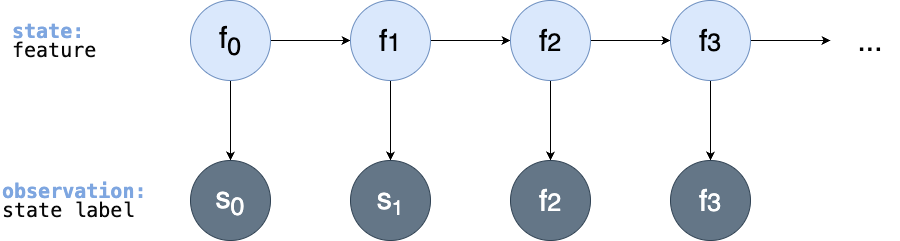
Before: figures/04_HMMmodel.png, a diagram exported from draw.io (AnnaJiang1308/TUM-Thesis-for-Informatics-Template). Source tidied: cells renumbered, new cells last; positions are measured from the earlier drawing's top-left corner, leaving out a move shared by most shapes. Its diagram source:
```xml
<mxGraphModel>
  <root>
    <mxCell id="0" />
    <mxCell id="1" parent="0" />
    <mxCell id="2" style="edgeStyle=orthogonalEdgeStyle;rounded=0;jettySize=auto;html=1;" parent="1" edge="1" source="4" target="5">
      <mxGeometry relative="1" as="geometry" />
    </mxCell>
    <mxCell id="3" style="edgeStyle=orthogonalEdgeStyle;rounded=0;jettySize=auto;html=1;" parent="1" edge="1" source="4" target="8">
      <mxGeometry relative="1" as="geometry" />
    </mxCell>
    <mxCell id="4" value="&lt;font style=&quot;font-size: 30px;&quot;&gt;f&lt;sub&gt;0&lt;/sub&gt;&lt;/font&gt;" style="ellipse;whiteSpace=wrap;html=1;fillColor=#dae8fc;strokeColor=#6c8ebf;" parent="1" vertex="1">
      <mxGeometry x="190" width="80" height="80" as="geometry" />
    </mxCell>
    <mxCell id="5" value="&lt;font style=&quot;font-size: 30px;&quot;&gt;s&lt;sub&gt;0&lt;/sub&gt;&lt;/font&gt;" style="ellipse;whiteSpace=wrap;html=1;fillColor=#647687;strokeColor=#314354;fontColor=#ffffff;" parent="1" vertex="1">
      <mxGeometry x="190" y="160" width="80" height="80" as="geometry" />
    </mxCell>
    <mxCell id="6" style="edgeStyle=orthogonalEdgeStyle;rounded=0;jettySize=auto;html=1;" parent="1" edge="1" source="8" target="11">
      <mxGeometry relative="1" as="geometry" />
    </mxCell>
    <mxCell id="7" style="edgeStyle=orthogonalEdgeStyle;rounded=0;jettySize=auto;html=1;" parent="1" edge="1" source="8" target="15">
      <mxGeometry relative="1" as="geometry" />
    </mxCell>
    <mxCell id="8" value="&lt;font style=&quot;font-size: 30px;&quot;&gt;f&lt;/font&gt;&lt;font style=&quot;font-size: 25px;&quot;&gt;1&lt;/font&gt;" style="ellipse;whiteSpace=wrap;html=1;fillColor=#dae8fc;strokeColor=#6c8ebf;" parent="1" vertex="1">
      <mxGeometry x="350" width="80" height="80" as="geometry" />
    </mxCell>
    <mxCell id="9" style="edgeStyle=orthogonalEdgeStyle;rounded=0;jettySize=auto;html=1;" parent="1" edge="1" source="11" target="14">
      <mxGeometry relative="1" as="geometry" />
    </mxCell>
    <mxCell id="10" style="edgeStyle=orthogonalEdgeStyle;rounded=0;jettySize=auto;html=1;" parent="1" edge="1" source="11" target="16">
      <mxGeometry relative="1" as="geometry" />
    </mxCell>
    <mxCell id="11" value="&lt;font style=&quot;font-size: 30px;&quot;&gt;f&lt;/font&gt;&lt;font style=&quot;font-size: 25px;&quot;&gt;2&lt;/font&gt;" style="ellipse;whiteSpace=wrap;html=1;fillColor=#dae8fc;strokeColor=#6c8ebf;" parent="1" vertex="1">
      <mxGeometry x="510" width="80" height="80" as="geometry" />
    </mxCell>
    <mxCell id="12" style="edgeStyle=orthogonalEdgeStyle;rounded=0;jettySize=auto;html=1;" parent="1" edge="1" source="14">
      <mxGeometry relative="1" as="geometry">
        <mxPoint x="830" y="40" as="targetPoint" />
      </mxGeometry>
    </mxCell>
    <mxCell id="13" style="edgeStyle=orthogonalEdgeStyle;rounded=0;jettySize=auto;html=1;" parent="1" edge="1" source="14" target="18">
      <mxGeometry relative="1" as="geometry" />
    </mxCell>
    <mxCell id="14" value="&lt;font style=&quot;font-size: 30px;&quot;&gt;f&lt;/font&gt;&lt;font style=&quot;font-size: 25px;&quot;&gt;3&lt;/font&gt;" style="ellipse;whiteSpace=wrap;html=1;fillColor=#dae8fc;strokeColor=#6c8ebf;" parent="1" vertex="1">
      <mxGeometry x="670" width="80" height="80" as="geometry" />
    </mxCell>
    <mxCell id="15" value="&lt;font style=&quot;font-size: 30px;&quot;&gt;s&lt;/font&gt;&lt;font style=&quot;font-size: 25px;&quot;&gt;&lt;sub&gt;1&lt;/sub&gt;&lt;/font&gt;" style="ellipse;whiteSpace=wrap;html=1;fillColor=#647687;strokeColor=#314354;fontColor=#ffffff;" parent="1" vertex="1">
      <mxGeometry x="350" y="160" width="80" height="80" as="geometry" />
    </mxCell>
    <mxCell id="16" value="&lt;font style=&quot;font-size: 30px;&quot;&gt;f&lt;/font&gt;&lt;font style=&quot;font-size: 25px;&quot;&gt;2&lt;/font&gt;" style="ellipse;whiteSpace=wrap;html=1;fillColor=#647687;strokeColor=#314354;fontColor=#ffffff;" parent="1" vertex="1">
      <mxGeometry x="510" y="160" width="80" height="80" as="geometry" />
    </mxCell>
    <mxCell id="17" value="&lt;font style=&quot;font-size: 30px;&quot;&gt;...&lt;/font&gt;" style="text;html=1;align=center;verticalAlign=middle;whiteSpace=wrap;rounded=0;" parent="1" vertex="1">
      <mxGeometry x="840" y="25" width="60" height="30" as="geometry" />
    </mxCell>
    <mxCell id="18" value="&lt;font style=&quot;font-size: 30px;&quot;&gt;f&lt;/font&gt;&lt;font style=&quot;font-size: 25px;&quot;&gt;3&lt;/font&gt;" style="ellipse;whiteSpace=wrap;html=1;fillColor=#647687;strokeColor=#314354;fontColor=#ffffff;" parent="1" vertex="1">
      <mxGeometry x="670" y="160" width="80" height="80" as="geometry" />
    </mxCell>
    <mxCell id="19" value="&lt;div style=&quot;line-height: 18px; font-size: 20px;&quot;&gt;&lt;div style=&quot;line-height: 18px;&quot;&gt;&lt;font color=&quot;#7ea6e0&quot; style=&quot;font-size: 20px;&quot; face=&quot;Menlo, Monaco, Courier New, monospace&quot;&gt;&lt;span style=&quot;white-space: pre;&quot;&gt;&lt;b style=&quot;&quot;&gt;observation:&lt;/b&gt;&lt;/span&gt;&lt;/font&gt;&lt;/div&gt;&lt;div style=&quot;line-height: 18px;&quot;&gt;&lt;font style=&quot;font-size: 20px;&quot; face=&quot;Menlo, Monaco, Courier New, monospace&quot;&gt;&lt;span style=&quot;white-space: pre;&quot;&gt;&lt;font color=&quot;#080808&quot;&gt;state label&lt;/font&gt;&lt;/span&gt;&lt;/font&gt;&lt;/div&gt;&lt;/div&gt;" style="text;html=1;align=left;verticalAlign=middle;whiteSpace=wrap;rounded=0;" parent="1" vertex="1">
      <mxGeometry y="182.5" width="100" height="35" as="geometry" />
    </mxCell>
    <mxCell id="20" value="&lt;div style=&quot;line-height: 18px; font-size: 20px;&quot;&gt;&lt;div style=&quot;line-height: 18px;&quot;&gt;&lt;font color=&quot;#7ea6e0&quot; face=&quot;Menlo, Monaco, Courier New, monospace&quot;&gt;&lt;span style=&quot;white-space: pre;&quot;&gt;&lt;b style=&quot;&quot;&gt;state:&lt;/b&gt;&lt;/span&gt;&lt;/font&gt;&lt;/div&gt;&lt;div style=&quot;line-height: 18px;&quot;&gt;&lt;font color=&quot;#080808&quot; face=&quot;Menlo, Monaco, Courier New, monospace&quot;&gt;&lt;span style=&quot;white-space: pre;&quot;&gt;feature&lt;/span&gt;&lt;/font&gt;&lt;/div&gt;&lt;/div&gt;" style="text;html=1;align=left;verticalAlign=middle;whiteSpace=wrap;rounded=0;" parent="1" vertex="1">
      <mxGeometry x="10" y="22.5" width="100" height="35" as="geometry" />
    </mxCell>
  </root>
</mxGraphModel>
```
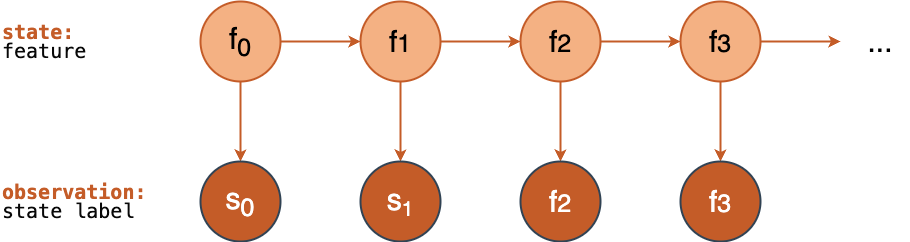
The same diagram one commit later.

Diff of the diagram source:
```diff
@@ -2,64 +2,64 @@
   <root>
     <mxCell id="0" />
     <mxCell id="1" parent="0" />
-    <mxCell id="2" style="edgeStyle=orthogonalEdgeStyle;rounded=0;jettySize=auto;html=1;" parent="1" edge="1" source="4" target="5">
+    <mxCell id="2" style="edgeStyle=orthogonalEdgeStyle;rounded=0;jettySize=auto;html=1;strokeWidth=2;strokeColor=#C45C28;" parent="1" edge="1" source="4" target="5">
       <mxGeometry relative="1" as="geometry" />
     </mxCell>
-    <mxCell id="3" style="edgeStyle=orthogonalEdgeStyle;rounded=0;jettySize=auto;html=1;" parent="1" edge="1" source="4" target="8">
+    <mxCell id="3" style="edgeStyle=orthogonalEdgeStyle;rounded=0;jettySize=auto;html=1;strokeWidth=2;strokeColor=#C45C28;" parent="1" edge="1" source="4" target="8">
       <mxGeometry relative="1" as="geometry" />
     </mxCell>
-    <mxCell id="4" value="&lt;font style=&quot;font-size: 30px;&quot;&gt;f&lt;sub&gt;0&lt;/sub&gt;&lt;/font&gt;" style="ellipse;whiteSpace=wrap;html=1;fillColor=#dae8fc;strokeColor=#6c8ebf;" parent="1" vertex="1">
+    <mxCell id="4" value="&lt;font style=&quot;font-size: 30px;&quot;&gt;f&lt;sub&gt;0&lt;/sub&gt;&lt;/font&gt;" style="ellipse;whiteSpace=wrap;html=1;fillColor=#F4B183;strokeColor=#C45C28;strokeWidth=2;" parent="1" vertex="1">
       <mxGeometry x="190" width="80" height="80" as="geometry" />
     </mxCell>
-    <mxCell id="5" value="&lt;font style=&quot;font-size: 30px;&quot;&gt;s&lt;sub&gt;0&lt;/sub&gt;&lt;/font&gt;" style="ellipse;whiteSpace=wrap;html=1;fillColor=#647687;strokeColor=#314354;fontColor=#ffffff;" parent="1" vertex="1">
+    <mxCell id="5" value="&lt;font style=&quot;font-size: 30px;&quot;&gt;s&lt;sub&gt;0&lt;/sub&gt;&lt;/font&gt;" style="ellipse;whiteSpace=wrap;html=1;fillColor=#C45C28;strokeColor=#314354;fontColor=#ffffff;strokeWidth=2;" parent="1" vertex="1">
       <mxGeometry x="190" y="160" width="80" height="80" as="geometry" />
     </mxCell>
-    <mxCell id="6" style="edgeStyle=orthogonalEdgeStyle;rounded=0;jettySize=auto;html=1;" parent="1" edge="1" source="8" target="11">
+    <mxCell id="6" style="edgeStyle=orthogonalEdgeStyle;rounded=0;jettySize=auto;html=1;strokeWidth=2;strokeColor=#C45C28;" parent="1" edge="1" source="8" target="11">
       <mxGeometry relative="1" as="geometry" />
     </mxCell>
-    <mxCell id="7" style="edgeStyle=orthogonalEdgeStyle;rounded=0;jettySize=auto;html=1;" parent="1" edge="1" source="8" target="15">
+    <mxCell id="7" style="edgeStyle=orthogonalEdgeStyle;rounded=0;jettySize=auto;html=1;strokeWidth=2;strokeColor=#C45C28;" parent="1" edge="1" source="8" target="15">
       <mxGeometry relative="1" as="geometry" />
     </mxCell>
-    <mxCell id="8" value="&lt;font style=&quot;font-size: 30px;&quot;&gt;f&lt;/font&gt;&lt;font style=&quot;font-size: 25px;&quot;&gt;1&lt;/font&gt;" style="ellipse;whiteSpace=wrap;html=1;fillColor=#dae8fc;strokeColor=#6c8ebf;" parent="1" vertex="1">
+    <mxCell id="8" value="&lt;font style=&quot;font-size: 30px;&quot;&gt;f&lt;/font&gt;&lt;font style=&quot;font-size: 25px;&quot;&gt;1&lt;/font&gt;" style="ellipse;whiteSpace=wrap;html=1;fillColor=#F4B183;strokeColor=#C45C28;strokeWidth=2;" parent="1" vertex="1">
       <mxGeometry x="350" width="80" height="80" as="geometry" />
     </mxCell>
-    <mxCell id="9" style="edgeStyle=orthogonalEdgeStyle;rounded=0;jettySize=auto;html=1;" parent="1" edge="1" source="11" target="14">
+    <mxCell id="9" style="edgeStyle=orthogonalEdgeStyle;rounded=0;jettySize=auto;html=1;strokeWidth=2;strokeColor=#C45C28;" parent="1" edge="1" source="11" target="14">
       <mxGeometry relative="1" as="geometry" />
     </mxCell>
-    <mxCell id="10" style="edgeStyle=orthogonalEdgeStyle;rounded=0;jettySize=auto;html=1;" parent="1" edge="1" source="11" target="16">
+    <mxCell id="10" style="edgeStyle=orthogonalEdgeStyle;rounded=0;jettySize=auto;html=1;strokeWidth=2;strokeColor=#C45C28;" parent="1" edge="1" source="11" target="16">
       <mxGeometry relative="1" as="geometry" />
     </mxCell>
-    <mxCell id="11" value="&lt;font style=&quot;font-size: 30px;&quot;&gt;f&lt;/font&gt;&lt;font style=&quot;font-size: 25px;&quot;&gt;2&lt;/font&gt;" style="ellipse;whiteSpace=wrap;html=1;fillColor=#dae8fc;strokeColor=#6c8ebf;" parent="1" vertex="1">
+    <mxCell id="11" value="&lt;font style=&quot;font-size: 30px;&quot;&gt;f&lt;/font&gt;&lt;font style=&quot;font-size: 25px;&quot;&gt;2&lt;/font&gt;" style="ellipse;whiteSpace=wrap;html=1;fillColor=#F4B183;strokeColor=#C45C28;strokeWidth=2;" parent="1" vertex="1">
       <mxGeometry x="510" width="80" height="80" as="geometry" />
     </mxCell>
-    <mxCell id="12" style="edgeStyle=orthogonalEdgeStyle;rounded=0;jettySize=auto;html=1;" parent="1" edge="1" source="14">
+    <mxCell id="12" style="edgeStyle=orthogonalEdgeStyle;rounded=0;jettySize=auto;html=1;strokeWidth=2;strokeColor=#C45C28;" parent="1" edge="1" source="14">
       <mxGeometry relative="1" as="geometry">
         <mxPoint x="830" y="40" as="targetPoint" />
       </mxGeometry>
     </mxCell>
-    <mxCell id="13" style="edgeStyle=orthogonalEdgeStyle;rounded=0;jettySize=auto;html=1;" parent="1" edge="1" source="14" target="18">
+    <mxCell id="13" style="edgeStyle=orthogonalEdgeStyle;rounded=0;jettySize=auto;html=1;strokeWidth=2;strokeColor=#C45C28;" parent="1" edge="1" source="14" target="18">
       <mxGeometry relative="1" as="geometry" />
     </mxCell>
-    <mxCell id="14" value="&lt;font style=&quot;font-size: 30px;&quot;&gt;f&lt;/font&gt;&lt;font style=&quot;font-size: 25px;&quot;&gt;3&lt;/font&gt;" style="ellipse;whiteSpace=wrap;html=1;fillColor=#dae8fc;strokeColor=#6c8ebf;" parent="1" vertex="1">
+    <mxCell id="14" value="&lt;font style=&quot;font-size: 30px;&quot;&gt;f&lt;/font&gt;&lt;font style=&quot;font-size: 25px;&quot;&gt;3&lt;/font&gt;" style="ellipse;whiteSpace=wrap;html=1;fillColor=#F4B183;strokeColor=#C45C28;strokeWidth=2;" parent="1" vertex="1">
       <mxGeometry x="670" width="80" height="80" as="geometry" />
     </mxCell>
-    <mxCell id="15" value="&lt;font style=&quot;font-size: 30px;&quot;&gt;s&lt;/font&gt;&lt;font style=&quot;font-size: 25px;&quot;&gt;&lt;sub&gt;1&lt;/sub&gt;&lt;/font&gt;" style="ellipse;whiteSpace=wrap;html=1;fillColor=#647687;strokeColor=#314354;fontColor=#ffffff;" parent="1" vertex="1">
+    <mxCell id="15" value="&lt;font style=&quot;font-size: 30px;&quot;&gt;s&lt;/font&gt;&lt;font style=&quot;font-size: 25px;&quot;&gt;&lt;sub&gt;1&lt;/sub&gt;&lt;/font&gt;" style="ellipse;whiteSpace=wrap;html=1;fillColor=#C45C28;strokeColor=#314354;fontColor=#ffffff;strokeWidth=2;" parent="1" vertex="1">
       <mxGeometry x="350" y="160" width="80" height="80" as="geometry" />
     </mxCell>
-    <mxCell id="16" value="&lt;font style=&quot;font-size: 30px;&quot;&gt;f&lt;/font&gt;&lt;font style=&quot;font-size: 25px;&quot;&gt;2&lt;/font&gt;" style="ellipse;whiteSpace=wrap;html=1;fillColor=#647687;strokeColor=#314354;fontColor=#ffffff;" parent="1" vertex="1">
+    <mxCell id="16" value="&lt;font style=&quot;font-size: 30px;&quot;&gt;f&lt;/font&gt;&lt;font style=&quot;font-size: 25px;&quot;&gt;2&lt;/font&gt;" style="ellipse;whiteSpace=wrap;html=1;fillColor=#C45C28;strokeColor=#314354;fontColor=#ffffff;strokeWidth=2;" parent="1" vertex="1">
       <mxGeometry x="510" y="160" width="80" height="80" as="geometry" />
     </mxCell>
     <mxCell id="17" value="&lt;font style=&quot;font-size: 30px;&quot;&gt;...&lt;/font&gt;" style="text;html=1;align=center;verticalAlign=middle;whiteSpace=wrap;rounded=0;" parent="1" vertex="1">
       <mxGeometry x="840" y="25" width="60" height="30" as="geometry" />
     </mxCell>
-    <mxCell id="18" value="&lt;font style=&quot;font-size: 30px;&quot;&gt;f&lt;/font&gt;&lt;font style=&quot;font-size: 25px;&quot;&gt;3&lt;/font&gt;" style="ellipse;whiteSpace=wrap;html=1;fillColor=#647687;strokeColor=#314354;fontColor=#ffffff;" parent="1" vertex="1">
+    <mxCell id="18" value="&lt;font style=&quot;font-size: 30px;&quot;&gt;f&lt;/font&gt;&lt;font style=&quot;font-size: 25px;&quot;&gt;3&lt;/font&gt;" style="ellipse;whiteSpace=wrap;html=1;fillColor=#C45C28;strokeColor=#314354;fontColor=#ffffff;strokeWidth=2;" parent="1" vertex="1">
       <mxGeometry x="670" y="160" width="80" height="80" as="geometry" />
     </mxCell>
-    <mxCell id="19" value="&lt;div style=&quot;line-height: 18px; font-size: 20px;&quot;&gt;&lt;div style=&quot;line-height: 18px;&quot;&gt;&lt;font color=&quot;#7ea6e0&quot; style=&quot;font-size: 20px;&quot; face=&quot;Menlo, Monaco, Courier New, monospace&quot;&gt;&lt;span style=&quot;white-space: pre;&quot;&gt;&lt;b style=&quot;&quot;&gt;observation:&lt;/b&gt;&lt;/span&gt;&lt;/font&gt;&lt;/div&gt;&lt;div style=&quot;line-height: 18px;&quot;&gt;&lt;font style=&quot;font-size: 20px;&quot; face=&quot;Menlo, Monaco, Courier New, monospace&quot;&gt;&lt;span style=&quot;white-space: pre;&quot;&gt;&lt;font color=&quot;#080808&quot;&gt;state label&lt;/font&gt;&lt;/span&gt;&lt;/font&gt;&lt;/div&gt;&lt;/div&gt;" style="text;html=1;align=left;verticalAlign=middle;whiteSpace=wrap;rounded=0;" parent="1" vertex="1">
-      <mxGeometry y="182.5" width="100" height="35" as="geometry" />
+    <mxCell id="19" value="&lt;div style=&quot;line-height: 18px; font-size: 20px;&quot;&gt;&lt;div style=&quot;line-height: 18px;&quot;&gt;&lt;font color=&quot;#c45c28&quot; style=&quot;font-size: 20px;&quot; face=&quot;Menlo, Monaco, Courier New, monospace&quot;&gt;&lt;span style=&quot;white-space: pre;&quot;&gt;&lt;b style=&quot;&quot;&gt;observation:&lt;/b&gt;&lt;/span&gt;&lt;/font&gt;&lt;/div&gt;&lt;div style=&quot;line-height: 18px;&quot;&gt;&lt;font style=&quot;font-size: 20px;&quot; face=&quot;Menlo, Monaco, Courier New, monospace&quot;&gt;&lt;span style=&quot;white-space: pre;&quot;&gt;&lt;font color=&quot;#080808&quot;&gt;state label&lt;/font&gt;&lt;/span&gt;&lt;/font&gt;&lt;/div&gt;&lt;/div&gt;" style="text;html=1;align=left;verticalAlign=middle;whiteSpace=wrap;rounded=0;" parent="1" vertex="1">
+      <mxGeometry x="-10" y="182.5" width="100" height="35" as="geometry" />
     </mxCell>
-    <mxCell id="20" value="&lt;div style=&quot;line-height: 18px; font-size: 20px;&quot;&gt;&lt;div style=&quot;line-height: 18px;&quot;&gt;&lt;font color=&quot;#7ea6e0&quot; face=&quot;Menlo, Monaco, Courier New, monospace&quot;&gt;&lt;span style=&quot;white-space: pre;&quot;&gt;&lt;b style=&quot;&quot;&gt;state:&lt;/b&gt;&lt;/span&gt;&lt;/font&gt;&lt;/div&gt;&lt;div style=&quot;line-height: 18px;&quot;&gt;&lt;font color=&quot;#080808&quot; face=&quot;Menlo, Monaco, Courier New, monospace&quot;&gt;&lt;span style=&quot;white-space: pre;&quot;&gt;feature&lt;/span&gt;&lt;/font&gt;&lt;/div&gt;&lt;/div&gt;" style="text;html=1;align=left;verticalAlign=middle;whiteSpace=wrap;rounded=0;" parent="1" vertex="1">
-      <mxGeometry x="10" y="22.5" width="100" height="35" as="geometry" />
+    <mxCell id="20" value="&lt;div style=&quot;line-height: 18px; font-size: 20px;&quot;&gt;&lt;div style=&quot;line-height: 18px;&quot;&gt;&lt;font color=&quot;#c45c28&quot; face=&quot;Menlo, Monaco, Courier New, monospace&quot;&gt;&lt;span style=&quot;white-space: pre;&quot;&gt;&lt;b style=&quot;&quot;&gt;state:&lt;/b&gt;&lt;/span&gt;&lt;/font&gt;&lt;/div&gt;&lt;div style=&quot;line-height: 18px;&quot;&gt;&lt;font color=&quot;#080808&quot; face=&quot;Menlo, Monaco, Courier New, monospace&quot;&gt;&lt;span style=&quot;white-space: pre;&quot;&gt;feature&lt;/span&gt;&lt;/font&gt;&lt;/div&gt;&lt;/div&gt;" style="text;html=1;align=left;verticalAlign=middle;whiteSpace=wrap;rounded=0;" parent="1" vertex="1">
+      <mxGeometry x="-10" y="22.5" width="100" height="35" as="geometry" />
     </mxCell>
   </root>
 </mxGraphModel>
```
